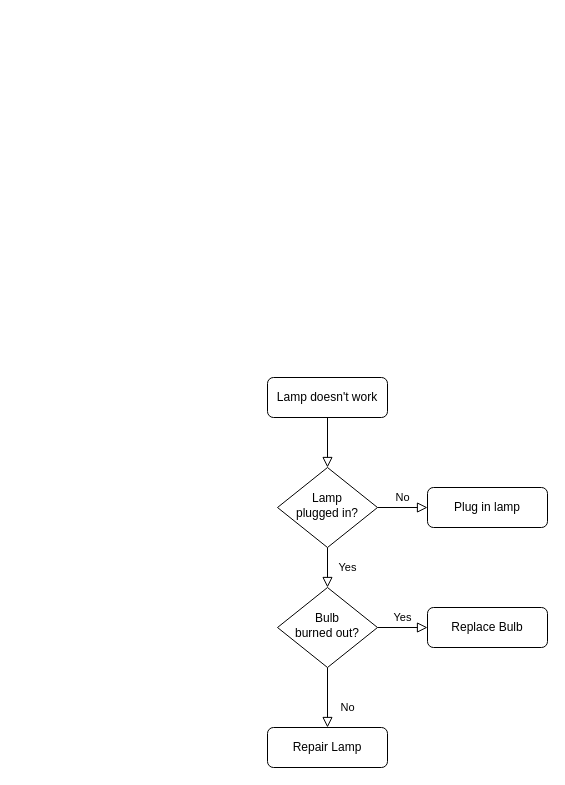
Before: twitter bot flow chart.drawio in HosamElian/twitter-bot, a draw.io diagram. Source tidied: cells renumbered, new cells numbered last; positions are measured from the earlier drawing's top-left corner, leaving out a move shared by most shapes. Both pictures are drawn from the tidied source at 100%, with x=0, y=0 at pixel (267, 377).
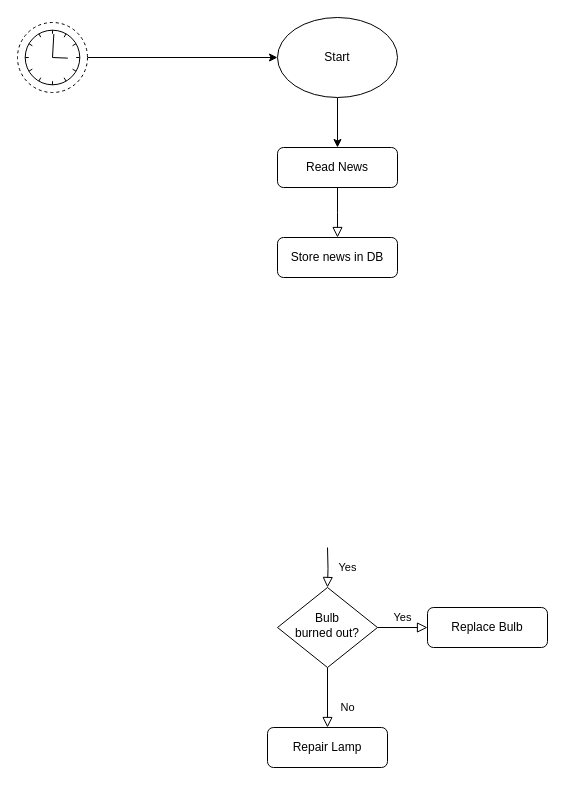
The same diagram, later.

The edit, as a diff of the source:
```diff
@@
 <mxGraphModel>
   <root>
     <mxCell id="0" />
     <mxCell id="1" parent="0" />
-    <mxCell id="2" style="rounded=0;html=1;jettySize=auto;fontSize=11;endArrow=block;endFill=0;endSize=8;strokeWidth=1;shadow=0;labelBackgroundColor=none;edgeStyle=orthogonalEdgeStyle;" parent="1" edge="1" source="3" target="6">
-      <mxGeometry relative="1" as="geometry" />
+    <mxCell id="2" style="rounded=0;html=1;jettySize=auto;fontSize=11;endArrow=block;endFill=0;endSize=8;strokeWidth=1;shadow=0;labelBackgroundColor=none;edgeStyle=orthogonalEdgeStyle;" parent="1" edge="1" source="3">
+      <mxGeometry relative="1" as="geometry">
+        <mxPoint x="70" y="-140" as="targetPoint" />
+      </mxGeometry>
     </mxCell>
-    <mxCell id="3" value="Lamp doesn't work" style="rounded=1;whiteSpace=wrap;html=1;fontSize=12;glass=0;strokeWidth=1;shadow=0;" parent="1" vertex="1">
-      <mxGeometry width="120" height="40" as="geometry" />
+    <mxCell id="3" value="Read News" style="rounded=1;whiteSpace=wrap;html=1;fontSize=12;glass=0;strokeWidth=1;shadow=0;" parent="1" vertex="1">
+      <mxGeometry x="10" y="-230" width="120" height="40" as="geometry" />
     </mxCell>
-    <mxCell id="4" value="Yes" style="rounded=0;html=1;jettySize=auto;fontSize=11;endArrow=block;endFill=0;endSize=8;strokeWidth=1;shadow=0;labelBackgroundColor=none;edgeStyle=orthogonalEdgeStyle;" parent="1" edge="1" source="6" target="10">
-      <mxGeometry y="20" relative="1" as="geometry" />
+    <mxCell id="4" value="Yes" style="rounded=0;html=1;jettySize=auto;fontSize=11;endArrow=block;endFill=0;endSize=8;strokeWidth=1;shadow=0;labelBackgroundColor=none;edgeStyle=orthogonalEdgeStyle;" parent="1" edge="1" target="10">
+      <mxGeometry y="20" relative="1" as="geometry">
+        <mxPoint x="60" y="170" as="sourcePoint" />
+      </mxGeometry>
     </mxCell>
-    <mxCell id="5" value="No" style="edgeStyle=orthogonalEdgeStyle;rounded=0;html=1;jettySize=auto;fontSize=11;endArrow=block;endFill=0;endSize=8;strokeWidth=1;shadow=0;labelBackgroundColor=none;" parent="1" edge="1" source="6" target="7">
-      <mxGeometry y="10" relative="1" as="geometry" />
-    </mxCell>
-    <mxCell id="6" value="Lamp&lt;br&gt;plugged in?" style="rhombus;whiteSpace=wrap;html=1;shadow=0;fontFamily=Helvetica;fontSize=12;align=center;strokeWidth=1;spacing=6;spacingTop=-4;" parent="1" vertex="1">
-      <mxGeometry x="10" y="90" width="100" height="80" as="geometry" />
-    </mxCell>
-    <mxCell id="7" value="Plug in lamp" style="rounded=1;whiteSpace=wrap;html=1;fontSize=12;glass=0;strokeWidth=1;shadow=0;" parent="1" vertex="1">
-      <mxGeometry x="160" y="110" width="120" height="40" as="geometry" />
+    <mxCell id="7" value="Store news in DB" style="rounded=1;whiteSpace=wrap;html=1;fontSize=12;glass=0;strokeWidth=1;shadow=0;" parent="1" vertex="1">
+      <mxGeometry x="10" y="-140" width="120" height="40" as="geometry" />
     </mxCell>
     <mxCell id="8" value="No" style="rounded=0;html=1;jettySize=auto;fontSize=11;endArrow=block;endFill=0;endSize=8;strokeWidth=1;shadow=0;labelBackgroundColor=none;edgeStyle=orthogonalEdgeStyle;" parent="1" edge="1" source="10" target="11">
       <mxGeometry x="0.33" y="20" relative="1" as="geometry" />
     </mxCell>
     <mxCell id="9" value="Yes" style="edgeStyle=orthogonalEdgeStyle;rounded=0;html=1;jettySize=auto;fontSize=11;endArrow=block;endFill=0;endSize=8;strokeWidth=1;shadow=0;labelBackgroundColor=none;" parent="1" edge="1" source="10" target="12">
       <mxGeometry y="10" relative="1" as="geometry" />
     </mxCell>
     <mxCell id="10" value="Bulb&lt;br&gt;burned out?" style="rhombus;whiteSpace=wrap;html=1;shadow=0;fontFamily=Helvetica;fontSize=12;align=center;strokeWidth=1;spacing=6;spacingTop=-4;" parent="1" vertex="1">
       <mxGeometry x="10" y="210" width="100" height="80" as="geometry" />
     </mxCell>
     <mxCell id="11" value="Repair Lamp" style="rounded=1;whiteSpace=wrap;html=1;fontSize=12;glass=0;strokeWidth=1;shadow=0;" parent="1" vertex="1">
       <mxGeometry y="350" width="120" height="40" as="geometry" />
     </mxCell>
     <mxCell id="12" value="Replace Bulb" style="rounded=1;whiteSpace=wrap;html=1;fontSize=12;glass=0;strokeWidth=1;shadow=0;" parent="1" vertex="1">
       <mxGeometry x="160" y="230" width="120" height="40" as="geometry" />
     </mxCell>
+    <mxCell id="13" style="edgeStyle=orthogonalEdgeStyle;rounded=0;jettySize=auto;html=1;exitX=1;exitY=0.5;exitDx=0;exitDy=0;exitPerimeter=0;entryX=0;entryY=0.5;entryDx=0;entryDy=0;" parent="1" edge="1" source="14" target="16">
+      <mxGeometry relative="1" as="geometry" />
+    </mxCell>
+    <mxCell id="14" style="points=[[0.145,0.145,0],[0.5,0,0],[0.855,0.145,0],[1,0.5,0],[0.855,0.855,0],[0.5,1,0],[0.145,0.855,0],[0,0.5,0]];shape=mxgraph.bpmn.event;html=1;verticalLabelPosition=bottom;labelBackgroundColor=#ffffff;verticalAlign=top;align=center;perimeter=ellipsePerimeter;outlineConnect=0;outline=eventNonint;symbol=timer;" parent="1" vertex="1">
+      <mxGeometry x="-250" y="-355" width="70" height="70" as="geometry" />
+    </mxCell>
+    <mxCell id="15" style="edgeStyle=orthogonalEdgeStyle;rounded=0;jettySize=auto;html=1;" parent="1" edge="1" source="16" target="3">
+      <mxGeometry relative="1" as="geometry" />
+    </mxCell>
+    <mxCell id="16" value="Start" style="ellipse;whiteSpace=wrap;html=1;" parent="1" vertex="1">
+      <mxGeometry x="10" y="-360" width="120" height="80" as="geometry" />
+    </mxCell>
   </root>
 </mxGraphModel>
```
